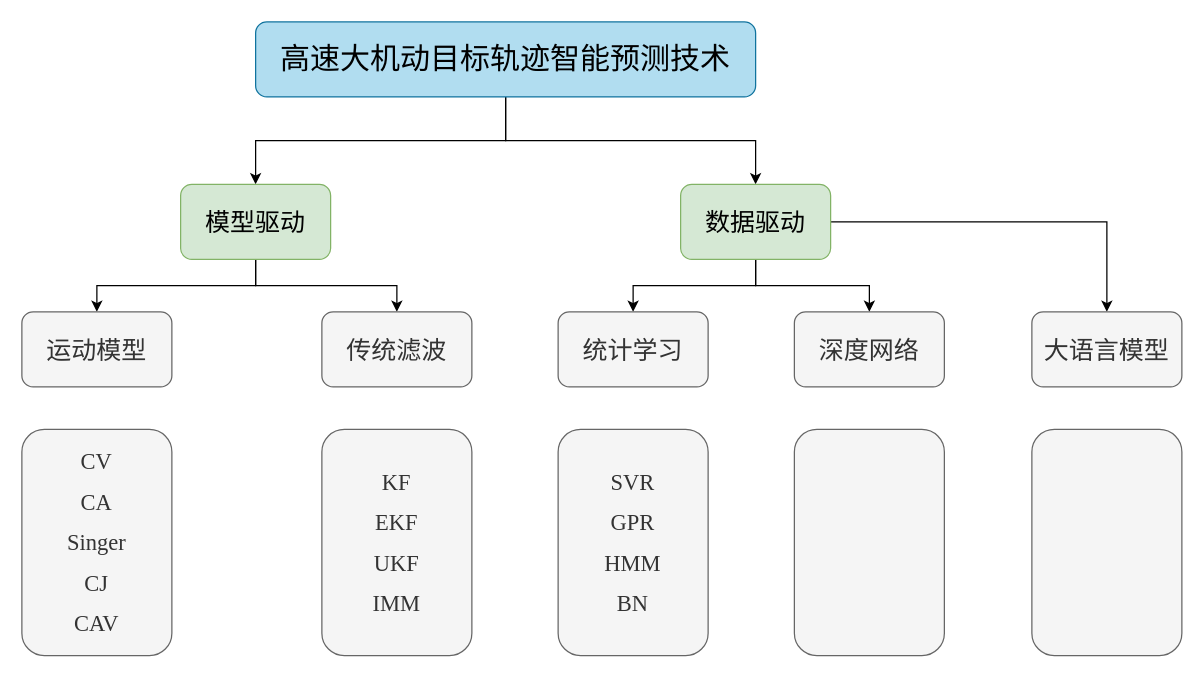
master-fency/plot keeps this draw.io diagram as 轨迹预测框架.drawio. Above is the earlier version. Source tidied: cells renumbered, new cells numbered last; positions are measured from the earlier drawing's top-left corner, leaving out a move shared by most shapes. Both pictures are drawn from the tidied source at 125%, with x=0, y=0 at pixel (21, 21).
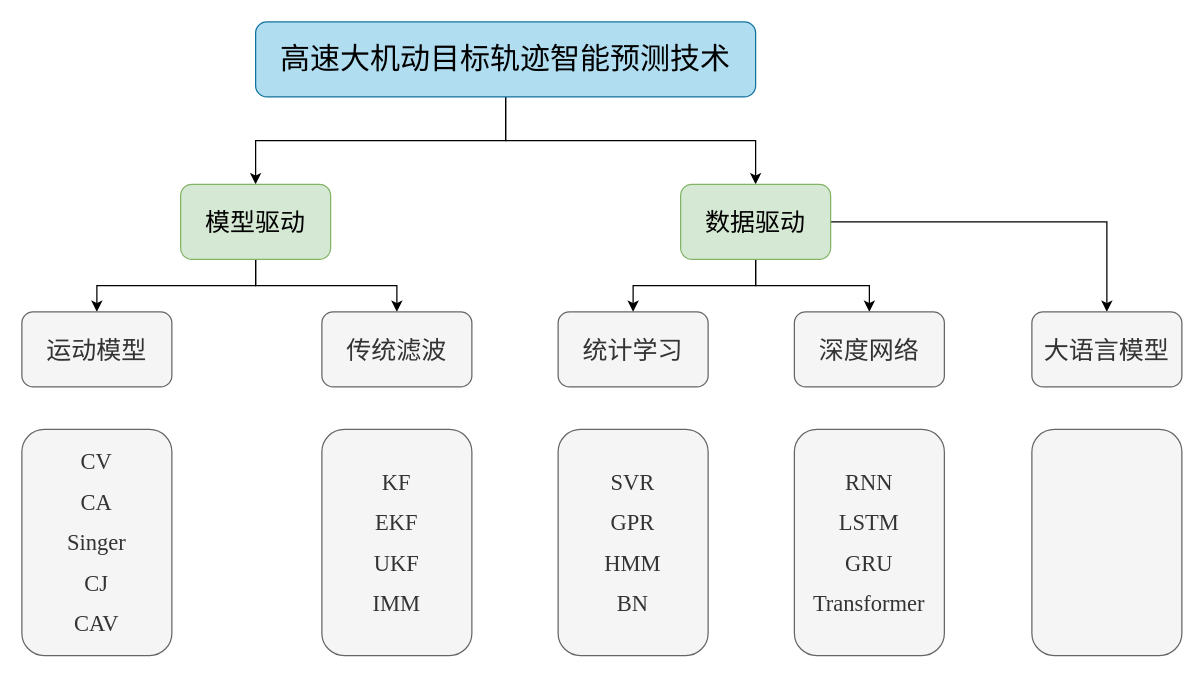
Above is the later version.

Commit message:
更新轨迹预测框架.drawio

The edit, as a diff of the source:
```diff
@@
-    <mxCell id="21" style="rounded=1;whiteSpace=wrap;html=1;fillColor=#f5f5f5;fontColor=#333333;strokeColor=#666666;" parent="1" vertex="1">
+    <mxCell id="21" value="&lt;div style=&quot;line-height: 180%;&quot;&gt;&lt;font face=&quot;Times New Roman&quot; style=&quot;font-size: 18px; line-height: 180%;&quot;&gt;RNN&lt;/font&gt;&lt;div&gt;&lt;font face=&quot;Times New Roman&quot; style=&quot;font-size: 18px; line-height: 180%;&quot;&gt;LSTM&lt;/font&gt;&lt;/div&gt;&lt;div&gt;&lt;font face=&quot;Times New Roman&quot; style=&quot;font-size: 18px; line-height: 180%;&quot;&gt;GRU&lt;/font&gt;&lt;/div&gt;&lt;div&gt;&lt;font face=&quot;Times New Roman&quot; style=&quot;font-size: 18px; line-height: 180%;&quot;&gt;Transformer&lt;/font&gt;&lt;/div&gt;&lt;/div&gt;" style="rounded=1;whiteSpace=wrap;html=1;fillColor=#f5f5f5;fontColor=#333333;strokeColor=#666666;" parent="1" vertex="1">
       <mxGeometry x="618" y="326" width="120" height="181" as="geometry" />
     </mxCell>
```
